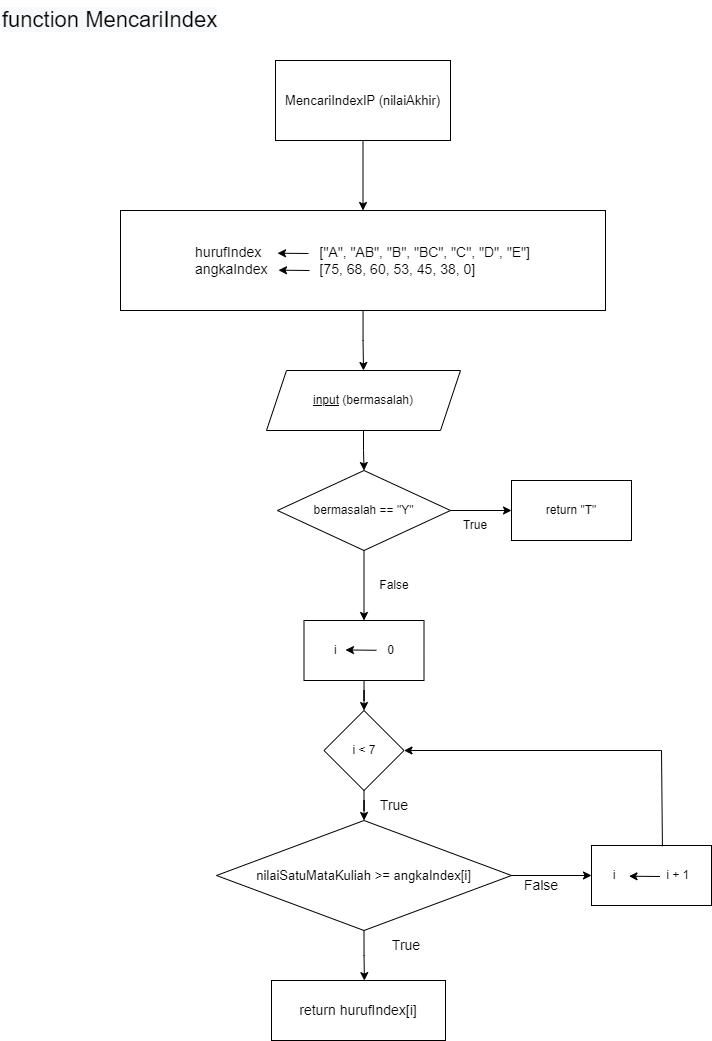
This is Flowchart/MencariIndex.png from Julian-Caleb/tubes-pengkom, a draw.io export, as it was before one commit. Source tidied: cells renumbered, new cells last; positions are measured from the earlier drawing's top-left corner, leaving out a move shared by most shapes. Source of this version:
```xml
<mxGraphModel>
  <root>
    <mxCell id="0" />
    <mxCell id="1" parent="0" />
    <mxCell id="2" value="&lt;span style=&quot;color: rgb(0, 0, 0); font-family: Helvetica; font-size: 22px; font-style: normal; font-variant-ligatures: normal; font-variant-caps: normal; font-weight: 400; letter-spacing: normal; orphans: 2; text-align: center; text-indent: 0px; text-transform: none; widows: 2; word-spacing: 0px; -webkit-text-stroke-width: 0px; background-color: rgb(248, 249, 250); text-decoration-thickness: initial; text-decoration-style: initial; text-decoration-color: initial; float: none; display: inline !important;&quot;&gt;function&amp;nbsp;MencariIndex&lt;/span&gt;" style="text;whiteSpace=wrap;html=1;" parent="1" vertex="1">
      <mxGeometry width="240" height="50" as="geometry" />
    </mxCell>
    <mxCell id="3" style="edgeStyle=orthogonalEdgeStyle;rounded=0;jettySize=auto;html=1;" parent="1" edge="1" source="4" target="6">
      <mxGeometry relative="1" as="geometry" />
    </mxCell>
    <mxCell id="4" value="&lt;font style=&quot;font-size: 13px;&quot;&gt;MencariIndexIP (nilaiAkhir)&lt;/font&gt;" style="rounded=0;whiteSpace=wrap;html=1;" parent="1" vertex="1">
      <mxGeometry x="275" y="60" width="175" height="80" as="geometry" />
    </mxCell>
    <mxCell id="5" style="edgeStyle=orthogonalEdgeStyle;rounded=0;jettySize=auto;html=1;fontSize=13;" parent="1" edge="1" source="6">
      <mxGeometry relative="1" as="geometry">
        <mxPoint x="363" y="370" as="targetPoint" />
      </mxGeometry>
    </mxCell>
    <mxCell id="6" value="&lt;div style=&quot;font-size: 14px;&quot;&gt;&lt;font style=&quot;font-size: 14px;&quot;&gt;hurufIndex&amp;nbsp; &lt;span style=&quot;white-space: pre;&quot;&gt;&#9;&lt;/span&gt;&lt;span style=&quot;white-space: pre;&quot;&gt;&#9;&lt;/span&gt;[&quot;A&quot;, &quot;AB&quot;, &quot;B&quot;, &quot;BC&quot;, &quot;C&quot;, &quot;D&quot;, &quot;E&quot;]&lt;/font&gt;&lt;/div&gt;&lt;div style=&quot;text-align: justify; font-size: 14px;&quot;&gt;&lt;font style=&quot;font-size: 14px;&quot;&gt;angkaIndex &lt;span style=&quot;white-space: pre;&quot;&gt;&#9;&lt;span style=&quot;white-space: pre;&quot;&gt;&#9;&lt;/span&gt;&lt;/span&gt;&lt;/font&gt;&lt;span style=&quot;background-color: initial;&quot;&gt;[75, 68, 60, 53, 45, 38, 0]&lt;/span&gt;&lt;/div&gt;" style="shape=rectangle;perimeter=parallelogramPerimeter;whiteSpace=wrap;html=1;fixedSize=1;rounded=0;" parent="1" vertex="1">
      <mxGeometry x="120" y="210" width="485" height="100" as="geometry" />
    </mxCell>
    <mxCell id="7" style="edgeStyle=orthogonalEdgeStyle;rounded=0;jettySize=auto;html=1;fontSize=12;" parent="1" edge="1" source="8" target="9">
      <mxGeometry relative="1" as="geometry" />
    </mxCell>
    <mxCell id="8" value="i &lt;span style=&quot;white-space: pre;&quot;&gt;&#9;&lt;/span&gt;&lt;span style=&quot;white-space: pre;&quot;&gt;&#9;&lt;/span&gt;0" style="whiteSpace=wrap;html=1;" parent="1" vertex="1">
      <mxGeometry x="303.5" y="620" width="120" height="60" as="geometry" />
    </mxCell>
    <mxCell id="9" value="i &amp;lt; 7" style="rhombus;whiteSpace=wrap;html=1;" parent="1" vertex="1">
      <mxGeometry x="323.5" y="710" width="80" height="80" as="geometry" />
    </mxCell>
    <mxCell id="10" style="endArrow=classic;html=1;rounded=0;" parent="1" edge="1">
      <mxGeometry relative="1" as="geometry">
        <mxPoint x="376" y="649.8" as="sourcePoint" />
        <mxPoint x="345" y="649.5" as="targetPoint" />
      </mxGeometry>
    </mxCell>
    <mxCell id="11" value="&lt;font style=&quot;font-size: 13px;&quot;&gt;nilaiSatuMataKuliah &amp;gt;= angkaIndex[i]&lt;/font&gt;" style="rhombus;whiteSpace=wrap;html=1;" parent="1" vertex="1">
      <mxGeometry x="216" y="820" width="295" height="110" as="geometry" />
    </mxCell>
    <mxCell id="12" style="edgeStyle=orthogonalEdgeStyle;rounded=0;jettySize=auto;html=1;fontSize=12;" parent="1" edge="1" target="11">
      <mxGeometry relative="1" as="geometry">
        <mxPoint x="363.5" y="790" as="sourcePoint" />
      </mxGeometry>
    </mxCell>
    <mxCell id="13" style="edgeStyle=orthogonalEdgeStyle;rounded=0;jettySize=auto;html=1;fontSize=12;entryX=0.534;entryY=0.002;entryDx=0;entryDy=0;entryPerimeter=0;" parent="1" edge="1" target="24">
      <mxGeometry relative="1" as="geometry">
        <mxPoint x="363.5" y="930" as="sourcePoint" />
      </mxGeometry>
    </mxCell>
    <mxCell id="14" value="True" style="text;html=1;strokeColor=none;fillColor=none;align=center;verticalAlign=middle;whiteSpace=wrap;rounded=0;fontSize=14;" parent="1" vertex="1">
      <mxGeometry x="376" y="930" width="60" height="30" as="geometry" />
    </mxCell>
    <mxCell id="15" style="endArrow=classic;html=1;rounded=0;fontSize=14;exitX=1;exitY=0.5;exitDx=0;exitDy=0;" parent="1" edge="1" source="11">
      <mxGeometry relative="1" as="geometry">
        <mxPoint x="591" y="875" as="targetPoint" />
      </mxGeometry>
    </mxCell>
    <mxCell id="16" value="True" style="text;html=1;strokeColor=none;fillColor=none;align=center;verticalAlign=middle;whiteSpace=wrap;rounded=0;fontSize=14;" parent="1" vertex="1">
      <mxGeometry x="363.5" y="790" width="60" height="30" as="geometry" />
    </mxCell>
    <mxCell id="17" value="False" style="text;html=1;strokeColor=none;fillColor=none;align=center;verticalAlign=middle;whiteSpace=wrap;rounded=0;fontSize=14;" parent="1" vertex="1">
      <mxGeometry x="511" y="870" width="60" height="30" as="geometry" />
    </mxCell>
    <mxCell id="18" style="endArrow=classic;html=1;rounded=0;" parent="1" edge="1">
      <mxGeometry relative="1" as="geometry">
        <mxPoint x="308" y="253" as="sourcePoint" />
        <mxPoint x="277" y="252.7" as="targetPoint" />
      </mxGeometry>
    </mxCell>
    <mxCell id="19" style="endArrow=classic;html=1;rounded=0;" parent="1" edge="1">
      <mxGeometry relative="1" as="geometry">
        <mxPoint x="309" y="270" as="sourcePoint" />
        <mxPoint x="278" y="269.7" as="targetPoint" />
      </mxGeometry>
    </mxCell>
    <mxCell id="20" value="i &lt;span style=&quot;white-space: pre;&quot;&gt;&#9;&lt;/span&gt;&lt;span style=&quot;white-space: pre;&quot;&gt;&#9;&lt;/span&gt;i + 1" style="whiteSpace=wrap;html=1;" parent="1" vertex="1">
      <mxGeometry x="591" y="845" width="120" height="60" as="geometry" />
    </mxCell>
    <mxCell id="21" style="endArrow=classic;html=1;rounded=0;" parent="1" edge="1">
      <mxGeometry relative="1" as="geometry">
        <mxPoint x="659.5" y="876" as="sourcePoint" />
        <mxPoint x="628.5" y="875.7" as="targetPoint" />
      </mxGeometry>
    </mxCell>
    <mxCell id="22" style="endArrow=classic;html=1;rounded=0;fontSize=14;entryX=1;entryY=0.5;entryDx=0;entryDy=0;" parent="1" edge="1" target="9">
      <mxGeometry relative="1" as="geometry">
        <mxPoint x="661" y="750" as="sourcePoint" />
      </mxGeometry>
    </mxCell>
    <mxCell id="23" style="endArrow=none;html=1;rounded=0;fontSize=14;exitX=0.591;exitY=0.013;exitDx=0;exitDy=0;exitPerimeter=0;" parent="1" edge="1" source="20">
      <mxGeometry relative="1" as="geometry">
        <mxPoint x="661" y="750" as="targetPoint" />
      </mxGeometry>
    </mxCell>
    <mxCell id="24" value="return hurufIndex[i]" style="rounded=0;whiteSpace=wrap;html=1;fontSize=14;" parent="1" vertex="1">
      <mxGeometry x="271" y="980" width="174" height="60" as="geometry" />
    </mxCell>
    <mxCell id="25" style="edgeStyle=orthogonalEdgeStyle;rounded=0;jettySize=auto;html=1;" parent="1" edge="1" source="26" target="31">
      <mxGeometry relative="1" as="geometry" />
    </mxCell>
    <mxCell id="26" value="bermasalah == &quot;Y&quot;" style="rhombus;whiteSpace=wrap;html=1;" parent="1" vertex="1">
      <mxGeometry x="277" y="470" width="173" height="80" as="geometry" />
    </mxCell>
    <mxCell id="27" style="endArrow=classic;html=1;rounded=0;exitX=0.5;exitY=1;exitDx=0;exitDy=0;" parent="1" edge="1" source="26" target="8">
      <mxGeometry relative="1" as="geometry" />
    </mxCell>
    <mxCell id="28" style="edgeStyle=orthogonalEdgeStyle;rounded=0;jettySize=auto;html=1;" parent="1" edge="1" source="29" target="26">
      <mxGeometry relative="1" as="geometry" />
    </mxCell>
    <mxCell id="29" value="&lt;u&gt;input&lt;/u&gt; (bermasalah)" style="shape=parallelogram;perimeter=parallelogramPerimeter;whiteSpace=wrap;html=1;fixedSize=1;" parent="1" vertex="1">
      <mxGeometry x="266" y="370" width="194" height="60" as="geometry" />
    </mxCell>
    <mxCell id="30" value="True" style="text;html=1;strokeColor=none;fillColor=none;align=center;verticalAlign=middle;whiteSpace=wrap;rounded=0;" parent="1" vertex="1">
      <mxGeometry x="445" y="510" width="60" height="30" as="geometry" />
    </mxCell>
    <mxCell id="31" value="return &quot;T&quot;" style="whiteSpace=wrap;html=1;" parent="1" vertex="1">
      <mxGeometry x="511" y="480" width="120" height="60" as="geometry" />
    </mxCell>
    <mxCell id="32" value="False" style="text;html=1;strokeColor=none;fillColor=none;align=center;verticalAlign=middle;whiteSpace=wrap;rounded=0;" parent="1" vertex="1">
      <mxGeometry x="363.5" y="570" width="60" height="30" as="geometry" />
    </mxCell>
  </root>
</mxGraphModel>
```
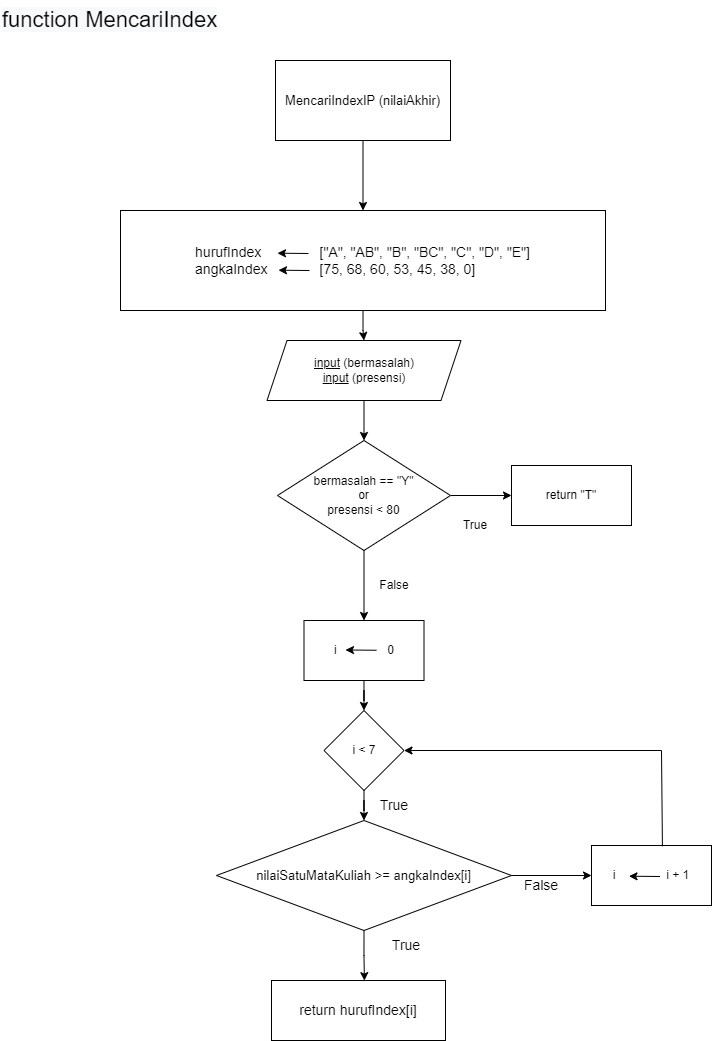
Later version of the same file.

Change to the diagram source:
```diff
@@ -11,10 +11,8 @@
     <mxCell id="4" value="&lt;font style=&quot;font-size: 13px;&quot;&gt;MencariIndexIP (nilaiAkhir)&lt;/font&gt;" style="rounded=0;whiteSpace=wrap;html=1;" parent="1" vertex="1">
       <mxGeometry x="275" y="60" width="175" height="80" as="geometry" />
     </mxCell>
-    <mxCell id="5" style="edgeStyle=orthogonalEdgeStyle;rounded=0;jettySize=auto;html=1;fontSize=13;" parent="1" edge="1" source="6">
-      <mxGeometry relative="1" as="geometry">
-        <mxPoint x="363" y="370" as="targetPoint" />
-      </mxGeometry>
+    <mxCell id="5" style="edgeStyle=orthogonalEdgeStyle;rounded=0;jettySize=auto;html=1;fontSize=13;entryX=0.5;entryY=0;entryDx=0;entryDy=0;" parent="1" edge="1" source="6" target="29">
+      <mxGeometry relative="1" as="geometry" />
     </mxCell>
     <mxCell id="6" value="&lt;div style=&quot;font-size: 14px;&quot;&gt;&lt;font style=&quot;font-size: 14px;&quot;&gt;hurufIndex&amp;nbsp; &lt;span style=&quot;white-space: pre;&quot;&gt;&#9;&lt;/span&gt;&lt;span style=&quot;white-space: pre;&quot;&gt;&#9;&lt;/span&gt;[&quot;A&quot;, &quot;AB&quot;, &quot;B&quot;, &quot;BC&quot;, &quot;C&quot;, &quot;D&quot;, &quot;E&quot;]&lt;/font&gt;&lt;/div&gt;&lt;div style=&quot;text-align: justify; font-size: 14px;&quot;&gt;&lt;font style=&quot;font-size: 14px;&quot;&gt;angkaIndex &lt;span style=&quot;white-space: pre;&quot;&gt;&#9;&lt;span style=&quot;white-space: pre;&quot;&gt;&#9;&lt;/span&gt;&lt;/span&gt;&lt;/font&gt;&lt;span style=&quot;background-color: initial;&quot;&gt;[75, 68, 60, 53, 45, 38, 0]&lt;/span&gt;&lt;/div&gt;" style="shape=rectangle;perimeter=parallelogramPerimeter;whiteSpace=wrap;html=1;fixedSize=1;rounded=0;" parent="1" vertex="1">
       <mxGeometry x="120" y="210" width="485" height="100" as="geometry" />
@@ -98,8 +96,8 @@
     <mxCell id="25" style="edgeStyle=orthogonalEdgeStyle;rounded=0;jettySize=auto;html=1;" parent="1" edge="1" source="26" target="31">
       <mxGeometry relative="1" as="geometry" />
     </mxCell>
-    <mxCell id="26" value="bermasalah == &quot;Y&quot;" style="rhombus;whiteSpace=wrap;html=1;" parent="1" vertex="1">
-      <mxGeometry x="277" y="470" width="173" height="80" as="geometry" />
+    <mxCell id="26" value="bermasalah == &quot;Y&quot;&lt;br&gt;or&lt;br&gt;presensi &amp;lt; 80" style="rhombus;whiteSpace=wrap;html=1;" parent="1" vertex="1">
+      <mxGeometry x="277" y="440" width="173" height="110" as="geometry" />
     </mxCell>
     <mxCell id="27" style="endArrow=classic;html=1;rounded=0;exitX=0.5;exitY=1;exitDx=0;exitDy=0;" parent="1" edge="1" source="26" target="8">
       <mxGeometry relative="1" as="geometry" />
@@ -107,14 +105,14 @@
     <mxCell id="28" style="edgeStyle=orthogonalEdgeStyle;rounded=0;jettySize=auto;html=1;" parent="1" edge="1" source="29" target="26">
       <mxGeometry relative="1" as="geometry" />
     </mxCell>
-    <mxCell id="29" value="&lt;u&gt;input&lt;/u&gt; (bermasalah)" style="shape=parallelogram;perimeter=parallelogramPerimeter;whiteSpace=wrap;html=1;fixedSize=1;" parent="1" vertex="1">
-      <mxGeometry x="266" y="370" width="194" height="60" as="geometry" />
+    <mxCell id="29" value="&lt;u&gt;input&lt;/u&gt; (bermasalah)&lt;br&gt;&lt;u&gt;input&lt;/u&gt;&amp;nbsp;(presensi)" style="shape=parallelogram;perimeter=parallelogramPerimeter;whiteSpace=wrap;html=1;fixedSize=1;" parent="1" vertex="1">
+      <mxGeometry x="266.5" y="340" width="194" height="60" as="geometry" />
     </mxCell>
     <mxCell id="30" value="True" style="text;html=1;strokeColor=none;fillColor=none;align=center;verticalAlign=middle;whiteSpace=wrap;rounded=0;" parent="1" vertex="1">
       <mxGeometry x="445" y="510" width="60" height="30" as="geometry" />
     </mxCell>
     <mxCell id="31" value="return &quot;T&quot;" style="whiteSpace=wrap;html=1;" parent="1" vertex="1">
-      <mxGeometry x="511" y="480" width="120" height="60" as="geometry" />
+      <mxGeometry x="511" y="465" width="120" height="60" as="geometry" />
     </mxCell>
     <mxCell id="32" value="False" style="text;html=1;strokeColor=none;fillColor=none;align=center;verticalAlign=middle;whiteSpace=wrap;rounded=0;" parent="1" vertex="1">
       <mxGeometry x="363.5" y="570" width="60" height="30" as="geometry" />
```
